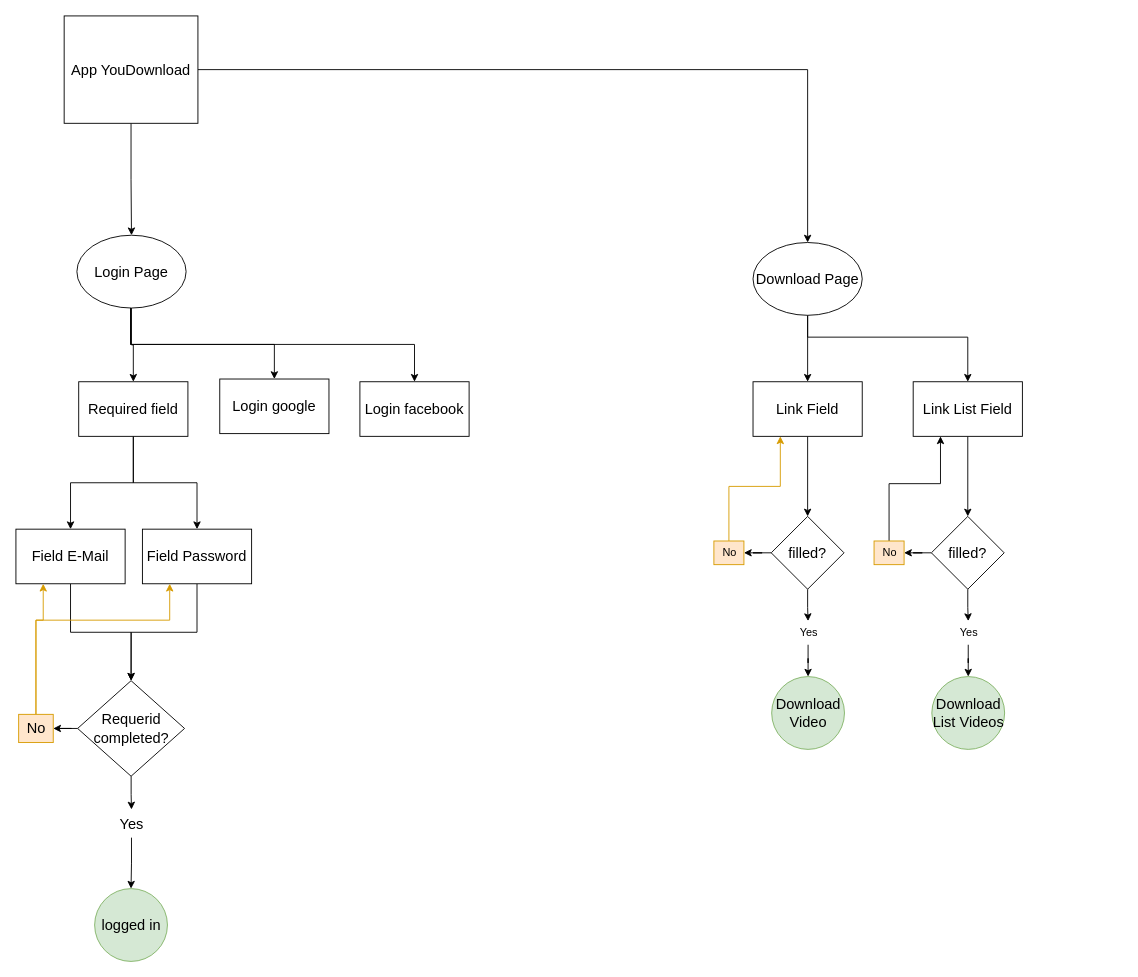
Above: Youdownload.drawio in gabrimota/Diagramas (draw.io), before the change. Source tidied: cells renumbered, new cells numbered last; positions are measured from the earlier drawing's top-left corner, leaving out a move shared by most shapes. Both pictures are drawn from the tidied source at 91%, with x=0, y=0 at pixel (15, 15).
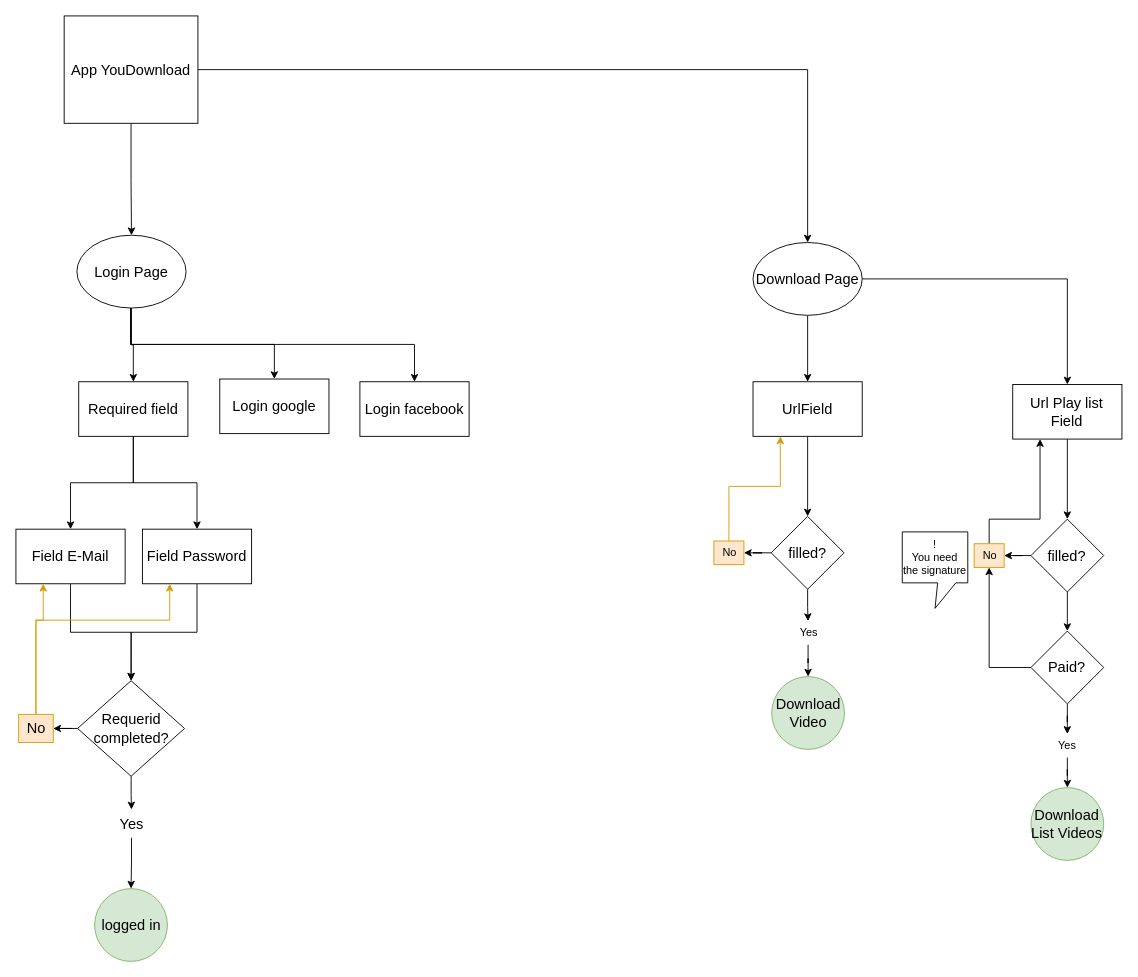
The same diagram, later.

The change refers to these unchanged cells:
```xml
<mxCell id="29" value="Download Page" style="ellipse;whiteSpace=wrap;html=1;fontSize=16;" parent="1" vertex="1">
  <mxGeometry x="810" y="249" width="120" height="80" as="geometry" />
</mxCell>
```

What changed in the source:
```diff
@@
-    <mxCell id="28" style="edgeStyle=orthogonalEdgeStyle;rounded=0;jettySize=auto;html=1;" parent="1" edge="1" source="29" target="33">
-      <mxGeometry relative="1" as="geometry">
-        <Array as="points">
-          <mxPoint x="870" y="353" />
-          <mxPoint x="1046" y="353" />
-        </Array>
-      </mxGeometry>
+    <mxCell id="28" style="edgeStyle=orthogonalEdgeStyle;rounded=0;jettySize=auto;html=1;entryX=0.5;entryY=0;entryDx=0;entryDy=0;" parent="1" edge="1" source="29" target="33">
+      <mxGeometry relative="1" as="geometry" />
     </mxCell>
@@
-    <mxCell id="31" value="&lt;font style=&quot;font-size: 16px;&quot;&gt;Link Field&lt;/font&gt;" style="rounded=0;whiteSpace=wrap;html=1;" parent="1" vertex="1">
+    <mxCell id="31" value="&lt;font style=&quot;font-size: 16px;&quot;&gt;UrlField&lt;/font&gt;" style="rounded=0;whiteSpace=wrap;html=1;" parent="1" vertex="1">
       <mxGeometry x="810" y="402" width="120" height="60" as="geometry" />
     </mxCell>
@@
-    <mxCell id="33" value="&lt;font style=&quot;font-size: 16px;&quot;&gt;Link List Field&lt;/font&gt;" style="rounded=0;whiteSpace=wrap;html=1;" parent="1" vertex="1">
-      <mxGeometry x="986" y="402" width="120" height="60" as="geometry" />
+    <mxCell id="33" value="&lt;font style=&quot;font-size: 16px;&quot;&gt;Url Play list Field&lt;/font&gt;" style="rounded=0;whiteSpace=wrap;html=1;" parent="1" vertex="1">
+      <mxGeometry x="1095.4" y="405" width="120" height="60" as="geometry" />
     </mxCell>
@@
+    <mxCell id="50" style="edgeStyle=orthogonalEdgeStyle;rounded=0;jettySize=auto;html=1;entryX=0.5;entryY=0;entryDx=0;entryDy=0;" parent="1" edge="1" source="44" target="53">
+      <mxGeometry relative="1" as="geometry" />
+    </mxCell>
@@
-    <mxCell id="43" style="edgeStyle=orthogonalEdgeStyle;rounded=0;jettySize=auto;html=1;" parent="1" edge="1" source="44" target="48">
-      <mxGeometry relative="1" as="geometry" />
-    </mxCell>
     <mxCell id="44" value="&lt;font style=&quot;font-size: 16px;&quot;&gt;filled?&lt;/font&gt;" style="rhombus;whiteSpace=wrap;html=1;" parent="1" vertex="1">
-      <mxGeometry x="1006" y="550" width="80" height="80" as="geometry" />
+      <mxGeometry x="1115.4" y="553" width="80" height="80" as="geometry" />
     </mxCell>
     <mxCell id="45" style="edgeStyle=orthogonalEdgeStyle;rounded=0;jettySize=auto;html=1;entryX=0.25;entryY=1;entryDx=0;entryDy=0;" parent="1" edge="1" source="46" target="33">
       <mxGeometry relative="1" as="geometry">
         <Array as="points">
-          <mxPoint x="960" y="514" />
-          <mxPoint x="1016" y="514" />
+          <mxPoint x="1070" y="553" />
+          <mxPoint x="1125" y="553" />
         </Array>
       </mxGeometry>
     </mxCell>
     <mxCell id="46" value="No" style="text;html=1;align=center;verticalAlign=middle;points=[];strokeColor=#d79b00;fillColor=#ffe6cc;" parent="1" vertex="1">
-      <mxGeometry x="943" y="577" width="33" height="26" as="geometry" />
+      <mxGeometry x="1053" y="580" width="33" height="26" as="geometry" />
     </mxCell>
@@
     <mxCell id="48" value="Yes" style="text;html=1;align=center;verticalAlign=middle;points=[];strokeColor=none;fillColor=none;" parent="1" vertex="1">
-      <mxGeometry x="1027.5" y="665" width="38" height="26" as="geometry" />
+      <mxGeometry x="1136.4" y="789" width="38" height="26" as="geometry" />
     </mxCell>
     <mxCell id="49" value="Download List Videos" style="ellipse;whiteSpace=wrap;html=1;fontSize=16;fillColor=#d5e8d4;strokeColor=#82b366;" parent="1" vertex="1">
-      <mxGeometry x="1006.5" y="726" width="80" height="80" as="geometry" />
+      <mxGeometry x="1115.4" y="848" width="80" height="80" as="geometry" />
     </mxCell>
+    <mxCell id="51" style="edgeStyle=orthogonalEdgeStyle;rounded=0;jettySize=auto;html=1;" parent="1" edge="1" source="53" target="48">
+      <mxGeometry relative="1" as="geometry" />
+    </mxCell>
+    <mxCell id="52" style="edgeStyle=orthogonalEdgeStyle;rounded=0;jettySize=auto;html=1;" parent="1" edge="1" source="53" target="46">
+      <mxGeometry relative="1" as="geometry" />
+    </mxCell>
+    <mxCell id="53" value="&lt;font style=&quot;font-size: 16px;&quot;&gt;Paid?&lt;/font&gt;" style="rhombus;whiteSpace=wrap;html=1;" parent="1" vertex="1">
+      <mxGeometry x="1115.4" y="676" width="80" height="80" as="geometry" />
+    </mxCell>
+    <mxCell id="54" value="!&lt;br&gt;You need the signature" style="shape=callout;whiteSpace=wrap;html=1;perimeter=calloutPerimeter;size=28;position=0.54;" parent="1" vertex="1">
+      <mxGeometry x="974" y="567" width="72" height="84" as="geometry" />
+    </mxCell>
```
